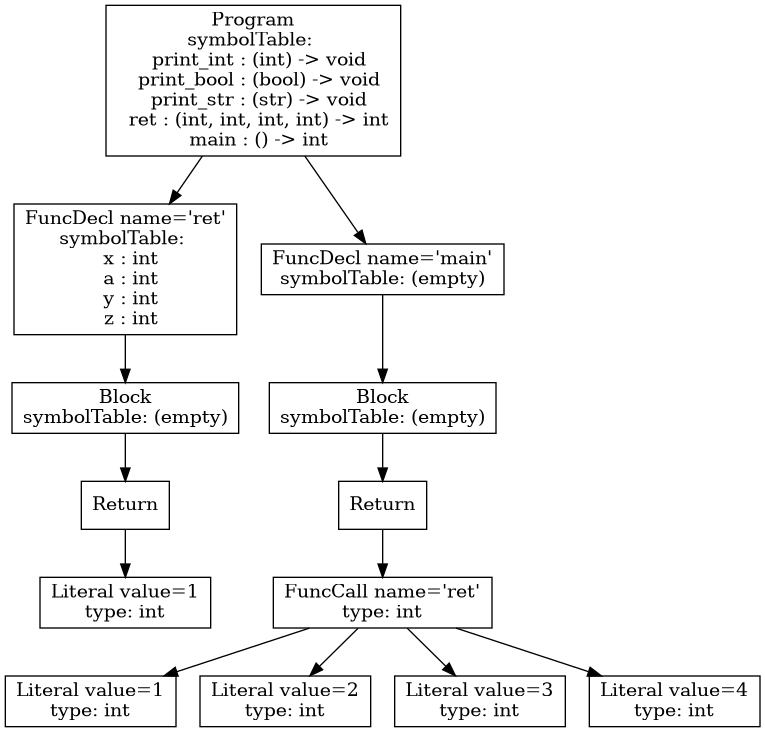
Above: p3-analysis/tree.png in atrim11/CS432 (Graphviz), before the change. Its source is kept beside it as p3-analysis/tree.dot.
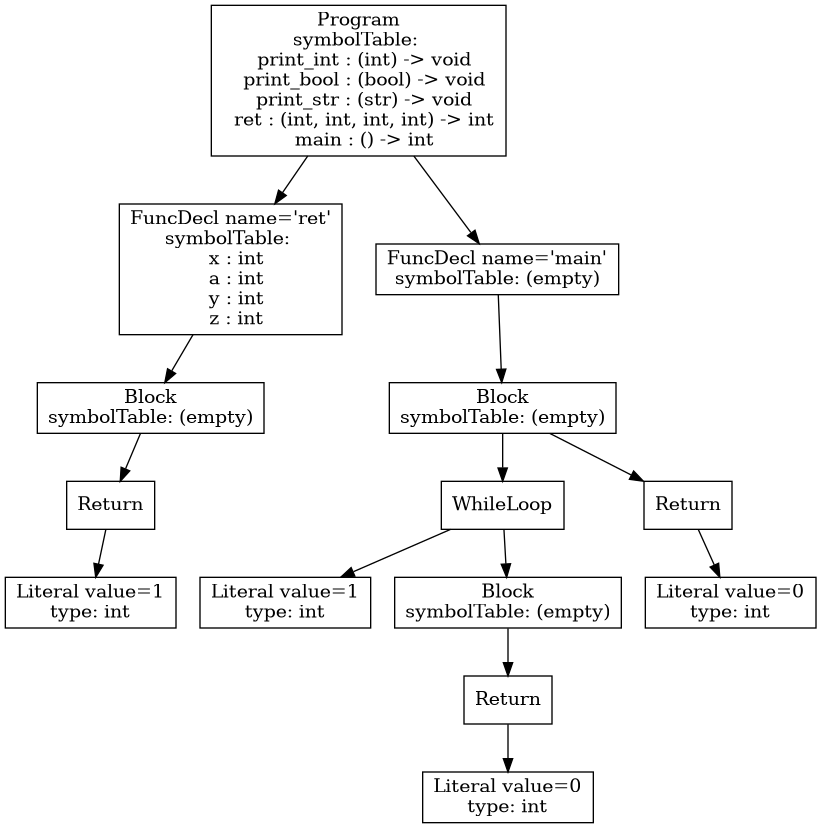
The same diagram one commit later.

What changed in the source:
```diff
@@ -6,19 +6,21 @@
 2 -> 3;
 1 [shape=box, label="FuncDecl name='ret'\nsymbolTable: \n  x : int\n  a : int\n  y : int\n  z : int"];
 1 -> 2;
-9 [shape=box, label="Literal value=1\ntype: int"];
-10 [shape=box, label="Literal value=2\ntype: int"];
-11 [shape=box, label="Literal value=3\ntype: int"];
-12 [shape=box, label="Literal value=4\ntype: int"];
-8 [shape=box, label="FuncCall name='ret'\ntype: int"];
-8 -> 9;
-8 -> 10;
-8 -> 11;
-8 -> 12;
-7 [shape=box, label="Return"];
+8 [shape=box, label="Literal value=1\ntype: int"];
+11 [shape=box, label="Literal value=0\ntype: int"];
+10 [shape=box, label="Return"];
+10 -> 11;
+9 [shape=box, label="Block\nsymbolTable: (empty)"];
+9 -> 10;
+7 [shape=box, label="WhileLoop"];
 7 -> 8;
+7 -> 9;
+13 [shape=box, label="Literal value=0\ntype: int"];
+12 [shape=box, label="Return"];
+12 -> 13;
 6 [shape=box, label="Block\nsymbolTable: (empty)"];
 6 -> 7;
+6 -> 12;
 5 [shape=box, label="FuncDecl name='main'\nsymbolTable: (empty)"];
 5 -> 6;
 0 [shape=box, label="Program\nsymbolTable: \n  print_int : (int) -> void\n  print_bool : (bool) -> void\n  print_str : (str) -> void\n  ret : (int, int, int, int) -> int\n  main : () -> int"];
```
